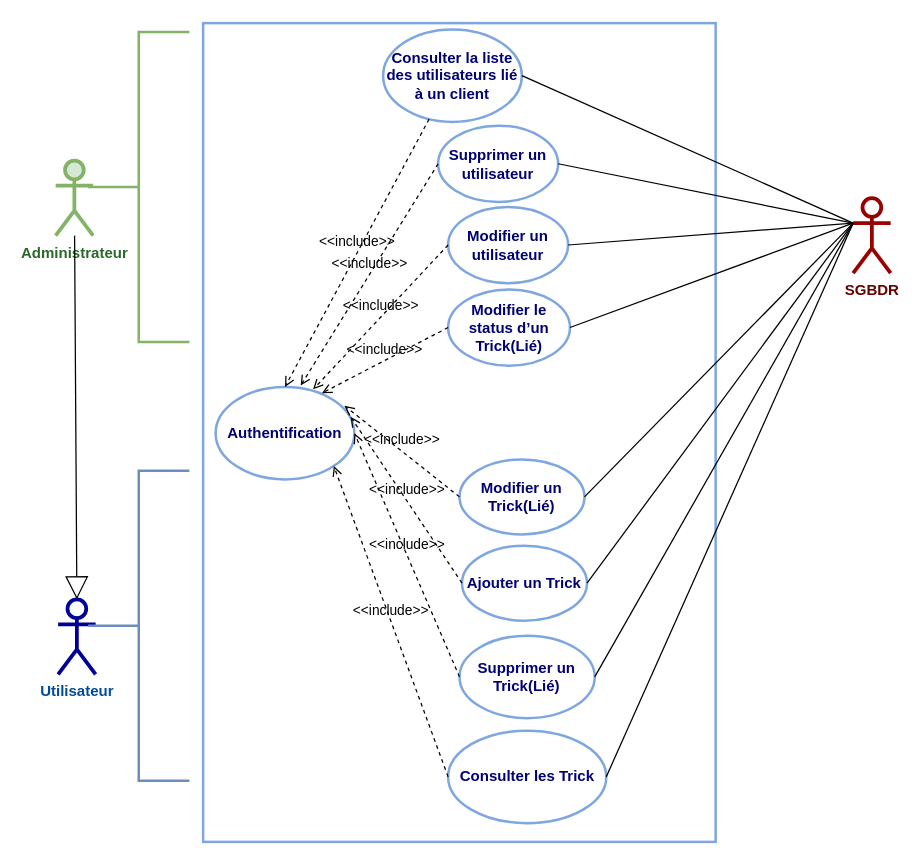
Above: page "Gestion figures" (2 of 3) of Docs/UML/Todolist.drawio in mecbil/ToDo (draw.io), before the change. Source tidied: cells renumbered, new cells numbered last; positions are measured from the earlier drawing's top-left corner, leaving out a move shared by most shapes. Both pictures are drawn from the tidied source at 125%, with x=0, y=0 at pixel (55, 22).
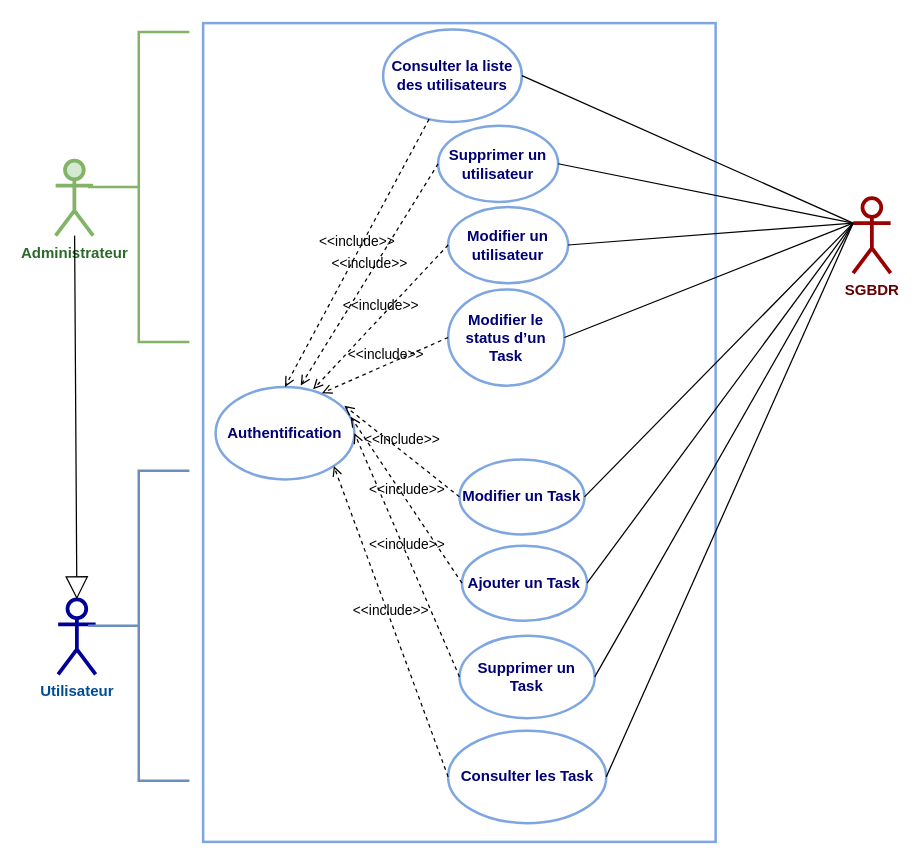
Above is the later version.

Change to the diagram source:
```diff
@@
-    <mxCell id="3" value="Ajouter un Trick" style="ellipse;whiteSpace=wrap;html=1;strokeColor=#7EA6E0;strokeWidth=2;gradientColor=none;fontColor=#000075;align=center;fontStyle=1;" parent="1" vertex="1">
+    <mxCell id="3" value="Ajouter un Task" style="ellipse;whiteSpace=wrap;html=1;strokeColor=#7EA6E0;strokeWidth=2;gradientColor=none;fontColor=#000075;align=center;fontStyle=1;" parent="1" vertex="1">
       <mxGeometry x="325.1" y="418" width="100" height="60" as="geometry" />
     </mxCell>
@@
-    <mxCell id="5" value="Supprimer un Trick(Lié)" style="ellipse;whiteSpace=wrap;html=1;strokeColor=#7EA6E0;strokeWidth=2;gradientColor=none;fontColor=#000075;align=center;fontStyle=1;" parent="1" vertex="1">
+    <mxCell id="5" value="Supprimer un Task" style="ellipse;whiteSpace=wrap;html=1;strokeColor=#7EA6E0;strokeWidth=2;gradientColor=none;fontColor=#000075;align=center;fontStyle=1;" parent="1" vertex="1">
       <mxGeometry x="323.1" y="490" width="108.2" height="66" as="geometry" />
     </mxCell>
@@
-    <mxCell id="8" value="Consulter la liste des utilisateurs lié à un client" style="ellipse;whiteSpace=wrap;html=1;strokeColor=#7EA6E0;strokeWidth=2;gradientColor=none;fontColor=#000075;align=center;fontStyle=1;" parent="1" vertex="1">
+    <mxCell id="8" value="Consulter la liste des utilisateurs" style="ellipse;whiteSpace=wrap;html=1;strokeColor=#7EA6E0;strokeWidth=2;gradientColor=none;fontColor=#000075;align=center;fontStyle=1;" parent="1" vertex="1">
       <mxGeometry x="262" y="5" width="111" height="74" as="geometry" />
     </mxCell>
-    <mxCell id="9" value="Consulter les Trick" style="ellipse;whiteSpace=wrap;html=1;strokeColor=#7EA6E0;strokeWidth=2;gradientColor=none;fontColor=#000075;align=center;fontStyle=1;" parent="1" vertex="1">
+    <mxCell id="9" value="Consulter les Task" style="ellipse;whiteSpace=wrap;html=1;strokeColor=#7EA6E0;strokeWidth=2;gradientColor=none;fontColor=#000075;align=center;fontStyle=1;" parent="1" vertex="1">
       <mxGeometry x="314" y="566" width="126.5" height="74" as="geometry" />
     </mxCell>
@@
-    <mxCell id="20" value="Modifier un Trick(Lié)" style="ellipse;whiteSpace=wrap;html=1;strokeColor=#7EA6E0;strokeWidth=2;gradientColor=none;fontColor=#000075;align=center;fontStyle=1;" parent="1" vertex="1">
+    <mxCell id="20" value="Modifier un Task" style="ellipse;whiteSpace=wrap;html=1;strokeColor=#7EA6E0;strokeWidth=2;gradientColor=none;fontColor=#000075;align=center;fontStyle=1;" parent="1" vertex="1">
       <mxGeometry x="323.1" y="349" width="100" height="60" as="geometry" />
     </mxCell>
@@
-    <mxCell id="23" value="Modifier le status d’un Trick(Lié)" style="ellipse;whiteSpace=wrap;html=1;strokeColor=#7EA6E0;strokeWidth=2;gradientColor=none;fontColor=#000075;align=center;fontStyle=1;" parent="1" vertex="1">
-      <mxGeometry x="314" y="213" width="97.5" height="61" as="geometry" />
+    <mxCell id="23" value="Modifier le status d’un Task" style="ellipse;whiteSpace=wrap;html=1;strokeColor=#7EA6E0;strokeWidth=2;gradientColor=none;fontColor=#000075;align=center;fontStyle=1;" parent="1" vertex="1">
+      <mxGeometry x="314" y="213" width="93" height="77" as="geometry" />
     </mxCell>
```
